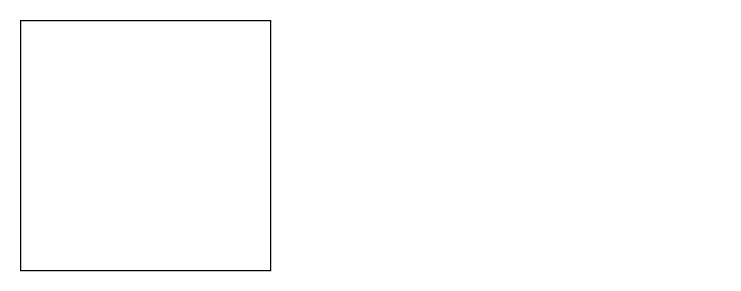
The draw.io diagram 元胞自动机森林火灾模式矩阵.drawio in Creammilky/draw.io, before the edit. Source tidied: cells renumbered, new cells numbered last; positions are measured from the earlier drawing's top-left corner, leaving out a move shared by most shapes. Both pictures are drawn from the tidied source at 125%, with x=0, y=0 at pixel (20, 20).
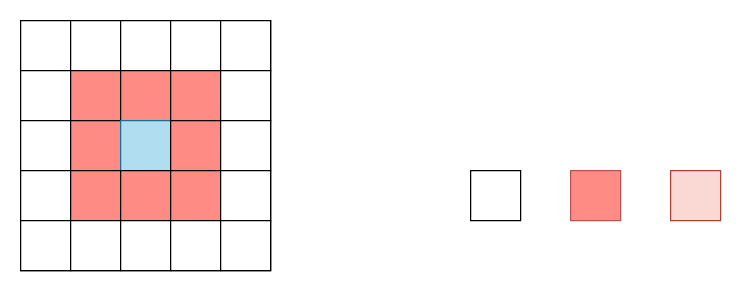
The same diagram, later.

Commit message (it also covers changes not shown here):
元胞自动机森林火灾模式矩阵.drawio を更新します

Diff of the diagram source:
```diff
@@
+    <mxCell id="3" style="whiteSpace=wrap;html=1;" parent="1" vertex="1">
+      <mxGeometry x="360" y="120" width="40" height="40" as="geometry" />
+    </mxCell>
+    <mxCell id="4" style="whiteSpace=wrap;html=1;fillColor=#ff8b85;strokeColor=#b85450;" parent="1" vertex="1">
+      <mxGeometry x="440" y="120" width="40" height="40" as="geometry" />
+    </mxCell>
+    <mxCell id="5" style="whiteSpace=wrap;html=1;fillColor=#fad9d5;strokeColor=#ae4132;" parent="1" vertex="1">
+      <mxGeometry x="520" y="120" width="40" height="40" as="geometry" />
+    </mxCell>
+    <mxCell id="6" style="whiteSpace=wrap;html=1;" parent="1" vertex="1">
+      <mxGeometry width="40" height="40" as="geometry" />
+    </mxCell>
+    <mxCell id="7" style="whiteSpace=wrap;html=1;" parent="1" vertex="1">
+      <mxGeometry x="40" width="40" height="40" as="geometry" />
+    </mxCell>
+    <mxCell id="8" style="whiteSpace=wrap;html=1;" parent="1" vertex="1">
+      <mxGeometry x="80" width="40" height="40" as="geometry" />
+    </mxCell>
+    <mxCell id="9" style="whiteSpace=wrap;html=1;" parent="1" vertex="1">
+      <mxGeometry x="120" width="40" height="40" as="geometry" />
+    </mxCell>
+    <mxCell id="10" style="whiteSpace=wrap;html=1;" parent="1" vertex="1">
+      <mxGeometry x="160" width="40" height="40" as="geometry" />
+    </mxCell>
+    <mxCell id="11" style="whiteSpace=wrap;html=1;" parent="1" vertex="1">
+      <mxGeometry y="40" width="40" height="40" as="geometry" />
+    </mxCell>
+    <mxCell id="12" style="whiteSpace=wrap;html=1;fillColor=#ff8b85;" parent="1" vertex="1">
+      <mxGeometry x="40" y="40" width="40" height="40" as="geometry" />
+    </mxCell>
+    <mxCell id="13" style="whiteSpace=wrap;html=1;fillColor=#ff8b85;" parent="1" vertex="1">
+      <mxGeometry x="80" y="40" width="40" height="40" as="geometry" />
+    </mxCell>
+    <mxCell id="14" style="whiteSpace=wrap;html=1;fillColor=#ff8b85;" parent="1" vertex="1">
+      <mxGeometry x="120" y="40" width="40" height="40" as="geometry" />
+    </mxCell>
+    <mxCell id="15" style="whiteSpace=wrap;html=1;" parent="1" vertex="1">
+      <mxGeometry x="160" y="40" width="40" height="40" as="geometry" />
+    </mxCell>
+    <mxCell id="16" style="whiteSpace=wrap;html=1;" parent="1" vertex="1">
+      <mxGeometry y="80" width="40" height="40" as="geometry" />
+    </mxCell>
+    <mxCell id="17" style="whiteSpace=wrap;html=1;fillColor=#ff8b85;" parent="1" vertex="1">
+      <mxGeometry x="40" y="80" width="40" height="40" as="geometry" />
+    </mxCell>
+    <mxCell id="18" style="whiteSpace=wrap;html=1;fillColor=#b1ddf0;strokeColor=#10739e;" parent="1" vertex="1">
+      <mxGeometry x="80" y="80" width="40" height="40" as="geometry" />
+    </mxCell>
+    <mxCell id="19" style="whiteSpace=wrap;html=1;fillColor=#ff8b85;" parent="1" vertex="1">
+      <mxGeometry x="120" y="80" width="40" height="40" as="geometry" />
+    </mxCell>
+    <mxCell id="20" style="whiteSpace=wrap;html=1;" parent="1" vertex="1">
+      <mxGeometry x="160" y="80" width="40" height="40" as="geometry" />
+    </mxCell>
+    <mxCell id="21" style="whiteSpace=wrap;html=1;" parent="1" vertex="1">
+      <mxGeometry y="120" width="40" height="40" as="geometry" />
+    </mxCell>
+    <mxCell id="22" style="whiteSpace=wrap;html=1;fillColor=#ff8b85;" parent="1" vertex="1">
+      <mxGeometry x="40" y="120" width="40" height="40" as="geometry" />
+    </mxCell>
+    <mxCell id="23" style="whiteSpace=wrap;html=1;fillColor=#ff8b85;" parent="1" vertex="1">
+      <mxGeometry x="80" y="120" width="40" height="40" as="geometry" />
+    </mxCell>
+    <mxCell id="24" style="whiteSpace=wrap;html=1;fillColor=#ff8b85;" parent="1" vertex="1">
+      <mxGeometry x="120" y="120" width="40" height="40" as="geometry" />
+    </mxCell>
+    <mxCell id="25" style="whiteSpace=wrap;html=1;" parent="1" vertex="1">
+      <mxGeometry x="160" y="120" width="40" height="40" as="geometry" />
+    </mxCell>
+    <mxCell id="26" style="whiteSpace=wrap;html=1;" parent="1" vertex="1">
+      <mxGeometry y="160" width="40" height="40" as="geometry" />
+    </mxCell>
+    <mxCell id="27" style="whiteSpace=wrap;html=1;" parent="1" vertex="1">
+      <mxGeometry x="40" y="160" width="40" height="40" as="geometry" />
+    </mxCell>
+    <mxCell id="28" style="whiteSpace=wrap;html=1;" parent="1" vertex="1">
+      <mxGeometry x="80" y="160" width="40" height="40" as="geometry" />
+    </mxCell>
+    <mxCell id="29" style="whiteSpace=wrap;html=1;" parent="1" vertex="1">
+      <mxGeometry x="120" y="160" width="40" height="40" as="geometry" />
+    </mxCell>
+    <mxCell id="30" style="whiteSpace=wrap;html=1;" parent="1" vertex="1">
+      <mxGeometry x="160" y="160" width="40" height="40" as="geometry" />
+    </mxCell>
```
